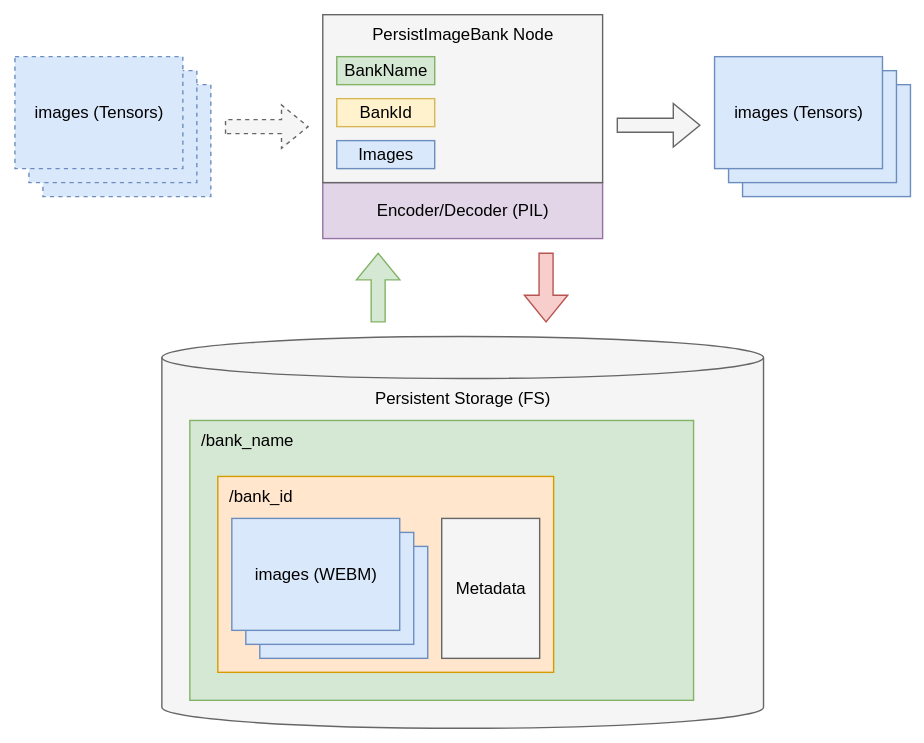
bmalhz/ComfyUI-Persistence keeps this draw.io diagram as doc/architecture.drawio.svg. Above is the earlier version. Source tidied: cells renumbered, new cells last; positions are measured from the earlier drawing's top-left corner, leaving out a move shared by most shapes.
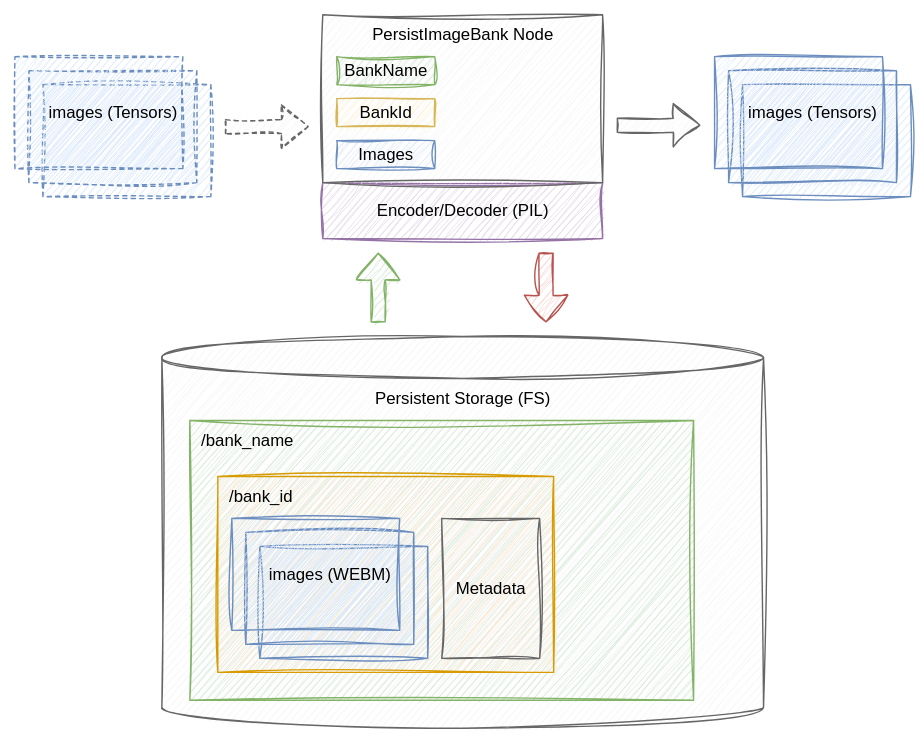
The same diagram one commit later.

The edit, as a diff of the source:
```diff
@@ -5,82 +5,82 @@
     <mxCell id="2" style="rounded=0;whiteSpace=wrap;html=1;strokeColor=none;fillColor=#FFFFFF;fontColor=#000000;" parent="1" vertex="1">
       <mxGeometry width="660" height="530" as="geometry" />
     </mxCell>
-    <mxCell id="3" value="Persistent Storage (FS)" style="shape=cylinder3;whiteSpace=wrap;html=1;boundedLbl=1;backgroundOutline=1;size=15;verticalAlign=top;fillColor=#f5f5f5;strokeColor=#666666;fontColor=#000000;" parent="1" vertex="1">
+    <mxCell id="3" value="Persistent Storage (FS)" style="shape=cylinder3;whiteSpace=wrap;html=1;boundedLbl=1;backgroundOutline=1;size=15;verticalAlign=top;fillColor=#f5f5f5;strokeColor=#666666;fontColor=#000000;sketch=1;curveFitting=1;jiggle=2;" parent="1" vertex="1">
       <mxGeometry x="115" y="240" width="430" height="280" as="geometry" />
     </mxCell>
-    <mxCell id="4" value="/bank_name" style="rounded=0;whiteSpace=wrap;html=1;verticalAlign=top;align=left;fillColor=#d5e8d4;strokeColor=#82b366;spacingLeft=6;fontColor=#000000;" parent="1" vertex="1">
+    <mxCell id="4" value="/bank_name" style="rounded=0;whiteSpace=wrap;html=1;verticalAlign=top;align=left;fillColor=#d5e8d4;strokeColor=#82b366;spacingLeft=6;fontColor=#000000;sketch=1;curveFitting=1;jiggle=2;" parent="1" vertex="1">
       <mxGeometry x="135" y="300" width="360" height="200" as="geometry" />
     </mxCell>
-    <mxCell id="5" value="/bank_id" style="rounded=0;whiteSpace=wrap;html=1;verticalAlign=top;align=left;fillColor=#ffe6cc;strokeColor=#d79b00;spacingLeft=6;fontColor=#000000;" parent="1" vertex="1">
+    <mxCell id="5" value="/bank_id" style="rounded=0;whiteSpace=wrap;html=1;verticalAlign=top;align=left;fillColor=#ffe6cc;strokeColor=#d79b00;spacingLeft=6;fontColor=#000000;sketch=1;curveFitting=1;jiggle=2;" parent="1" vertex="1">
       <mxGeometry x="155" y="340" width="240" height="140" as="geometry" />
     </mxCell>
-    <mxCell id="6" style="rounded=0;whiteSpace=wrap;html=1;fillColor=#dae8fc;strokeColor=#6c8ebf;dashed=1;fontColor=#000000;" parent="1" vertex="1">
+    <mxCell id="6" style="rounded=0;whiteSpace=wrap;html=1;fillColor=#dae8fc;strokeColor=#6c8ebf;dashed=1;fontColor=#000000;sketch=1;curveFitting=1;jiggle=2;" parent="1" vertex="1">
       <mxGeometry x="30" y="60" width="120" height="80" as="geometry" />
     </mxCell>
-    <mxCell id="7" value="Encoder/Decoder (PIL)" style="rounded=0;whiteSpace=wrap;html=1;fillColor=#e1d5e7;strokeColor=#9673a6;fontColor=#000000;" parent="1" vertex="1">
+    <mxCell id="7" value="Encoder/Decoder (PIL)" style="rounded=0;whiteSpace=wrap;html=1;fillColor=#e1d5e7;strokeColor=#9673a6;fontColor=#000000;sketch=1;curveFitting=1;jiggle=2;" parent="1" vertex="1">
       <mxGeometry x="230" y="130" width="200" height="40" as="geometry" />
     </mxCell>
-    <mxCell id="8" style="rounded=0;whiteSpace=wrap;html=1;fillColor=#dae8fc;strokeColor=#6c8ebf;dashed=1;fontColor=#000000;" parent="1" vertex="1">
+    <mxCell id="8" style="rounded=0;whiteSpace=wrap;html=1;fillColor=#dae8fc;strokeColor=#6c8ebf;dashed=1;fontColor=#000000;sketch=1;curveFitting=1;jiggle=2;" parent="1" vertex="1">
       <mxGeometry x="20" y="50" width="120" height="80" as="geometry" />
     </mxCell>
-    <mxCell id="9" value="images (Tensors)" style="rounded=0;whiteSpace=wrap;html=1;fillColor=#dae8fc;strokeColor=#6c8ebf;dashed=1;fontColor=#000000;" parent="1" vertex="1">
+    <mxCell id="9" value="images (Tensors)" style="rounded=0;whiteSpace=wrap;html=1;fillColor=#dae8fc;strokeColor=#6c8ebf;dashed=1;fontColor=#000000;sketch=1;curveFitting=1;jiggle=2;spacingLeft=20;" parent="1" vertex="1">
       <mxGeometry x="10" y="40" width="120" height="80" as="geometry" />
     </mxCell>
-    <mxCell id="10" value="PersistImageBank Node" style="rounded=0;whiteSpace=wrap;html=1;verticalAlign=top;fillColor=#f5f5f5;strokeColor=#666666;fontColor=#000000;" parent="1" vertex="1">
+    <mxCell id="10" value="PersistImageBank Node" style="rounded=0;whiteSpace=wrap;html=1;verticalAlign=top;fillColor=#f5f5f5;strokeColor=#666666;fontColor=#000000;sketch=1;curveFitting=1;jiggle=2;" parent="1" vertex="1">
       <mxGeometry x="230" y="10" width="200" height="120" as="geometry" />
     </mxCell>
-    <mxCell id="11" style="rounded=0;whiteSpace=wrap;html=1;fillColor=#dae8fc;strokeColor=#6c8ebf;fontColor=#000000;" parent="1" vertex="1">
+    <mxCell id="11" style="rounded=0;whiteSpace=wrap;html=1;fillColor=#dae8fc;strokeColor=#6c8ebf;fontColor=#000000;sketch=1;curveFitting=1;jiggle=2;" parent="1" vertex="1">
       <mxGeometry x="530" y="60" width="120" height="80" as="geometry" />
     </mxCell>
-    <mxCell id="12" style="rounded=0;whiteSpace=wrap;html=1;fillColor=#dae8fc;strokeColor=#6c8ebf;fontColor=#000000;" parent="1" vertex="1">
+    <mxCell id="12" style="rounded=0;whiteSpace=wrap;html=1;fillColor=#dae8fc;strokeColor=#6c8ebf;fontColor=#000000;sketch=1;curveFitting=1;jiggle=2;" parent="1" vertex="1">
       <mxGeometry x="520" y="50" width="120" height="80" as="geometry" />
     </mxCell>
-    <mxCell id="13" value="images (Tensors)" style="rounded=0;whiteSpace=wrap;html=1;fillColor=#dae8fc;strokeColor=#6c8ebf;fontColor=#000000;" parent="1" vertex="1">
+    <mxCell id="13" value="images (Tensors)" style="rounded=0;whiteSpace=wrap;html=1;fillColor=#dae8fc;strokeColor=#6c8ebf;fontColor=#000000;sketch=1;curveFitting=1;jiggle=2;spacingLeft=20;" parent="1" vertex="1">
       <mxGeometry x="510" y="40" width="120" height="80" as="geometry" />
     </mxCell>
-    <mxCell id="14" style="rounded=0;whiteSpace=wrap;html=1;fillColor=#dae8fc;strokeColor=#6c8ebf;fontColor=#000000;" parent="1" vertex="1">
+    <mxCell id="14" style="rounded=0;whiteSpace=wrap;html=1;fillColor=#dae8fc;strokeColor=#6c8ebf;fontColor=#000000;sketch=1;curveFitting=1;jiggle=2;" parent="1" vertex="1">
       <mxGeometry x="185" y="390" width="120" height="80" as="geometry" />
     </mxCell>
-    <mxCell id="15" style="rounded=0;whiteSpace=wrap;html=1;fillColor=#dae8fc;strokeColor=#6c8ebf;fontColor=#000000;" parent="1" vertex="1">
+    <mxCell id="15" style="rounded=0;whiteSpace=wrap;html=1;fillColor=#dae8fc;strokeColor=#6c8ebf;fontColor=#000000;sketch=1;curveFitting=1;jiggle=2;" parent="1" vertex="1">
       <mxGeometry x="175" y="380" width="120" height="80" as="geometry" />
     </mxCell>
-    <mxCell id="16" value="images (WEBM)" style="rounded=0;whiteSpace=wrap;html=1;fillColor=#dae8fc;strokeColor=#6c8ebf;fontColor=#000000;" parent="1" vertex="1">
+    <mxCell id="16" value="images (WEBM)" style="rounded=0;whiteSpace=wrap;html=1;fillColor=#dae8fc;strokeColor=#6c8ebf;fontColor=#000000;sketch=1;curveFitting=1;jiggle=2;spacingLeft=20;" parent="1" vertex="1">
       <mxGeometry x="165" y="370" width="120" height="80" as="geometry" />
     </mxCell>
-    <mxCell id="17" value="Metadata" style="rounded=0;whiteSpace=wrap;html=1;fillColor=#f5f5f5;fontColor=#000000;strokeColor=#666666;" parent="1" vertex="1">
+    <mxCell id="17" value="Metadata" style="rounded=0;whiteSpace=wrap;html=1;fillColor=#f5f5f5;fontColor=#000000;strokeColor=#666666;sketch=1;curveFitting=1;jiggle=2;" parent="1" vertex="1">
       <mxGeometry x="315" y="370" width="70" height="100" as="geometry" />
     </mxCell>
-    <mxCell id="18" style="shape=flexArrow;endArrow=classic;html=1;rounded=0;fillColor=#f5f5f5;strokeColor=#666666;dashed=1;fontColor=#000000;" parent="1" edge="1">
+    <mxCell id="18" style="shape=flexArrow;endArrow=classic;html=1;rounded=0;fillColor=#f5f5f5;strokeColor=#666666;dashed=1;fontColor=#000000;sketch=1;curveFitting=1;jiggle=2;" parent="1" edge="1">
       <mxGeometry relative="1" as="geometry">
         <mxPoint x="160" y="90" as="sourcePoint" />
         <mxPoint x="220" y="90" as="targetPoint" />
       </mxGeometry>
     </mxCell>
-    <mxCell id="19" value="BankName" style="rounded=0;whiteSpace=wrap;html=1;fillColor=#d5e8d4;strokeColor=#82b366;fontColor=#000000;" parent="1" vertex="1">
+    <mxCell id="19" value="BankName" style="rounded=0;whiteSpace=wrap;html=1;fillColor=#d5e8d4;strokeColor=#82b366;fontColor=#000000;sketch=1;curveFitting=1;jiggle=2;" parent="1" vertex="1">
       <mxGeometry x="240" y="40" width="70" height="20" as="geometry" />
     </mxCell>
-    <mxCell id="20" value="BankId" style="rounded=0;whiteSpace=wrap;html=1;fillColor=#fff2cc;strokeColor=#d6b656;fontColor=#000000;" parent="1" vertex="1">
+    <mxCell id="20" value="BankId" style="rounded=0;whiteSpace=wrap;html=1;fillColor=#fff2cc;strokeColor=#d6b656;fontColor=#000000;sketch=1;curveFitting=1;jiggle=2;" parent="1" vertex="1">
       <mxGeometry x="240" y="70" width="70" height="20" as="geometry" />
     </mxCell>
-    <mxCell id="21" style="shape=flexArrow;endArrow=classic;html=1;rounded=0;fillColor=#f5f5f5;strokeColor=#666666;fontColor=#000000;" parent="1" edge="1">
+    <mxCell id="21" style="shape=flexArrow;endArrow=classic;html=1;rounded=0;fillColor=#f5f5f5;strokeColor=#666666;fontColor=#000000;sketch=1;curveFitting=1;jiggle=2;" parent="1" edge="1">
       <mxGeometry relative="1" as="geometry">
         <mxPoint x="440" y="89" as="sourcePoint" />
         <mxPoint x="500" y="89" as="targetPoint" />
       </mxGeometry>
     </mxCell>
-    <mxCell id="22" style="shape=flexArrow;endArrow=classic;html=1;rounded=0;fillColor=#d5e8d4;strokeColor=#82b366;fontColor=#000000;" parent="1" edge="1">
+    <mxCell id="22" style="shape=flexArrow;endArrow=classic;html=1;rounded=0;fillColor=#d5e8d4;strokeColor=#82b366;fontColor=#000000;sketch=1;curveFitting=1;jiggle=2;" parent="1" edge="1">
       <mxGeometry relative="1" as="geometry">
         <mxPoint x="269.6" y="230" as="sourcePoint" />
         <mxPoint x="269.6" y="180" as="targetPoint" />
       </mxGeometry>
     </mxCell>
-    <mxCell id="23" style="shape=flexArrow;endArrow=classic;html=1;rounded=0;fillColor=#f8cecc;strokeColor=#b85450;fontColor=#000000;" parent="1" edge="1">
+    <mxCell id="23" style="shape=flexArrow;endArrow=classic;html=1;rounded=0;fillColor=#f8cecc;strokeColor=#b85450;fontColor=#000000;sketch=1;curveFitting=1;jiggle=2;" parent="1" edge="1">
       <mxGeometry relative="1" as="geometry">
         <mxPoint x="389.6" y="180" as="sourcePoint" />
         <mxPoint x="389.6" y="230" as="targetPoint" />
       </mxGeometry>
     </mxCell>
-    <mxCell id="24" value="Images" style="rounded=0;whiteSpace=wrap;html=1;fillColor=#dae8fc;strokeColor=#6c8ebf;fontColor=#000000;" parent="1" vertex="1">
+    <mxCell id="24" value="Images" style="rounded=0;whiteSpace=wrap;html=1;fillColor=#dae8fc;strokeColor=#6c8ebf;fontColor=#000000;sketch=1;curveFitting=1;jiggle=2;" parent="1" vertex="1">
       <mxGeometry x="240" y="100" width="70" height="20" as="geometry" />
     </mxCell>
   </root>
```
